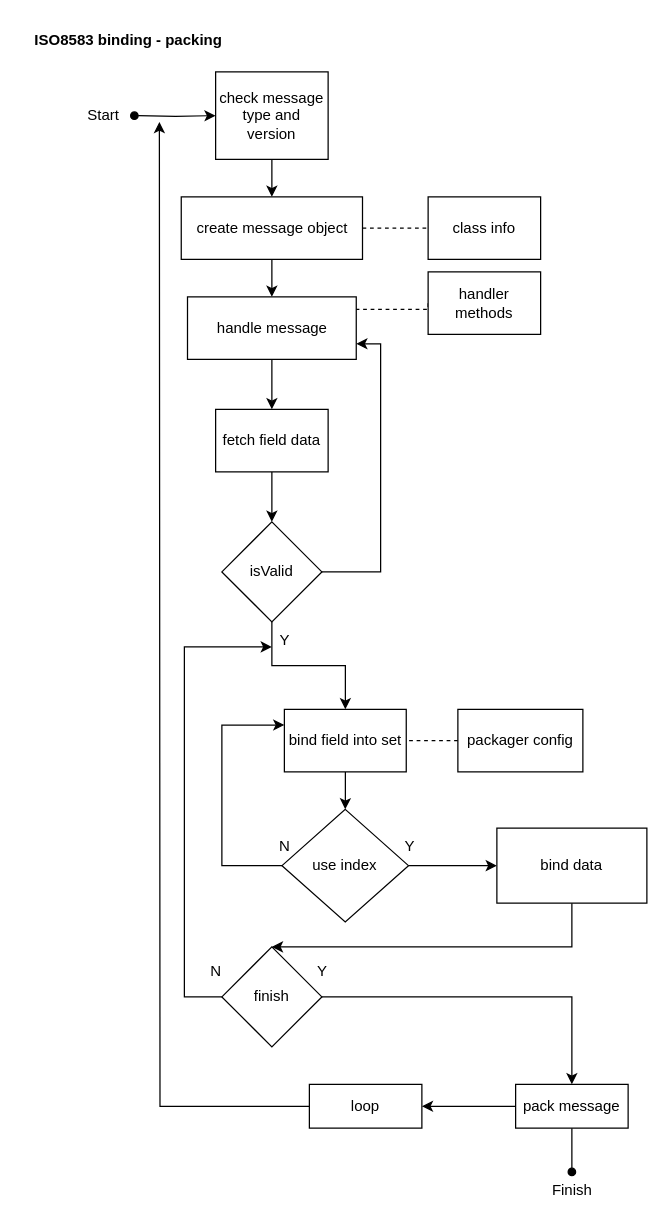
The draw.io diagram page "Page-1" (3 of 4) of ISO8583 binding-packing.drawio in PramudiaPutra/diagrams, before the edit. Source tidied: cells renumbered, new cells numbered last; positions are measured from the earlier drawing's top-left corner, leaving out a move shared by most shapes. Both pictures are drawn from the tidied source at 125%, with x=0, y=0 at pixel (21, 21).
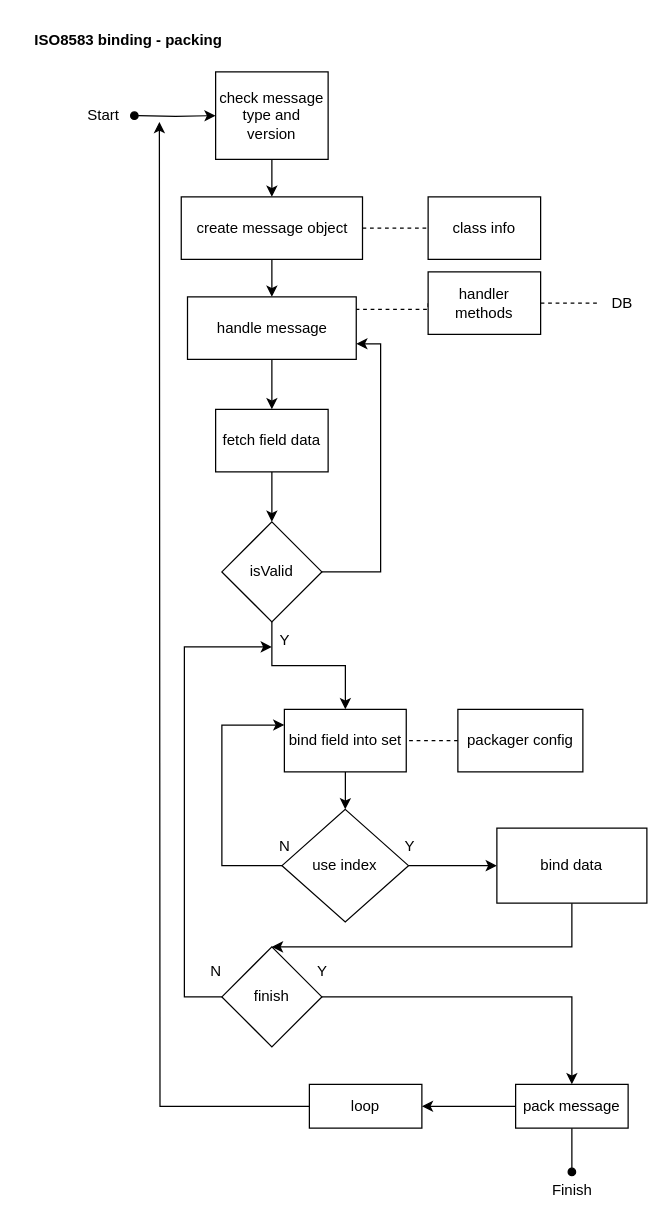
After the change.

The change refers to these unchanged cells:
```xml
<mxCell id="28" value="handler methods" style="rounded=0;whiteSpace=wrap;html=1;" parent="1" vertex="1">
  <mxGeometry x="325" y="200" width="90" height="50" as="geometry" />
</mxCell>
```

What changed in the source:
```diff
@@
+    <mxCell id="43" style="edgeStyle=orthogonalEdgeStyle;rounded=0;jettySize=auto;html=1;dashed=1;endArrow=none;endFill=0;" parent="1" edge="1" source="28" target="44">
+      <mxGeometry relative="1" as="geometry" />
+    </mxCell>
@@
+    <mxCell id="44" value="DB" style="text;html=1;align=center;verticalAlign=middle;points=[];strokeColor=none;fillColor=none;" parent="1" vertex="1">
+      <mxGeometry x="460" y="210" width="40" height="30" as="geometry" />
+    </mxCell>
```
